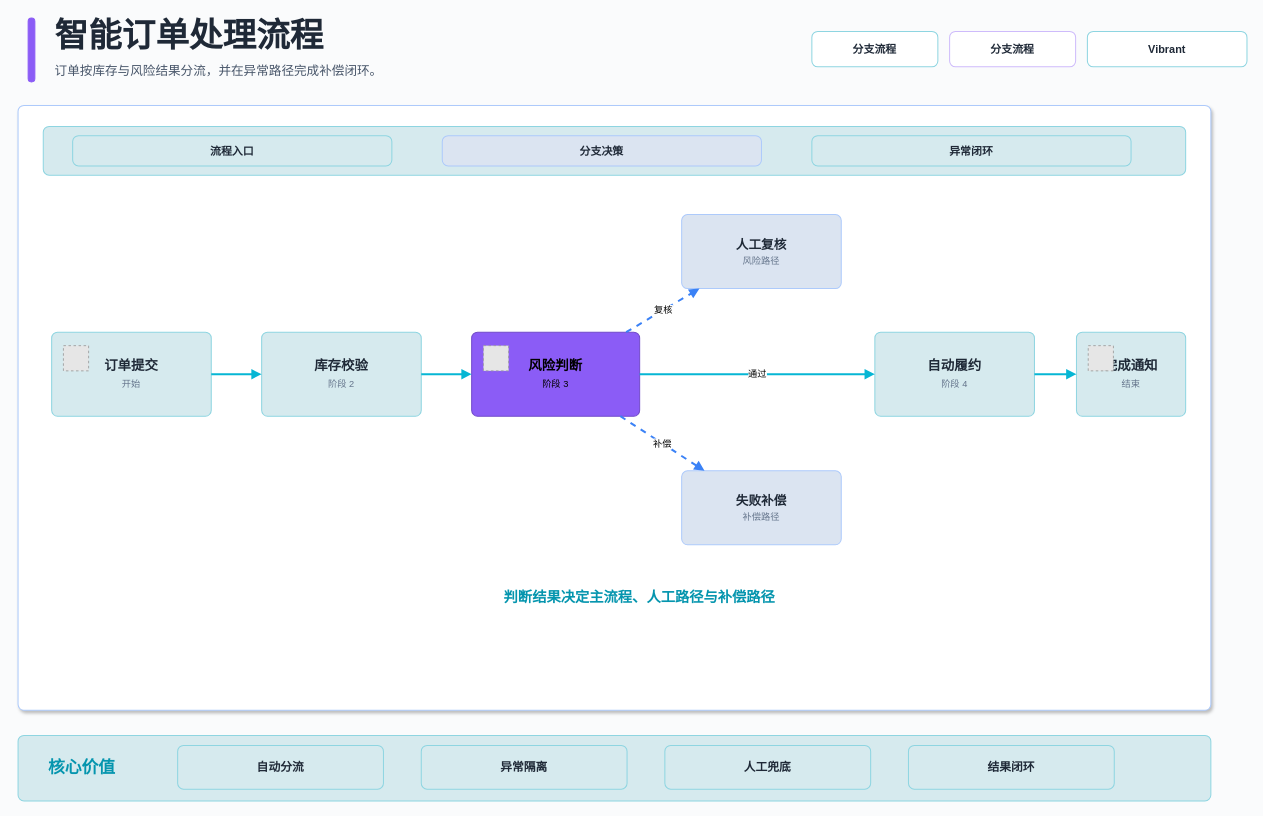
Before: .opencode/skills/xml-diagram/examples/flow-branching-vibrant-light-enterprise.drawio in BeWaterMyFriend7/SKILL-PROJECT, a draw.io diagram. Source tidied: cells renumbered, new cells numbered last; positions are measured from the earlier drawing's top-left corner, leaving out a move shared by most shapes. Both pictures are drawn from the tidied source at 84%, with x=0, y=0 at pixel (18, 14). Pictures stored in the file or linked from it are replaced by grey dashed boxes.
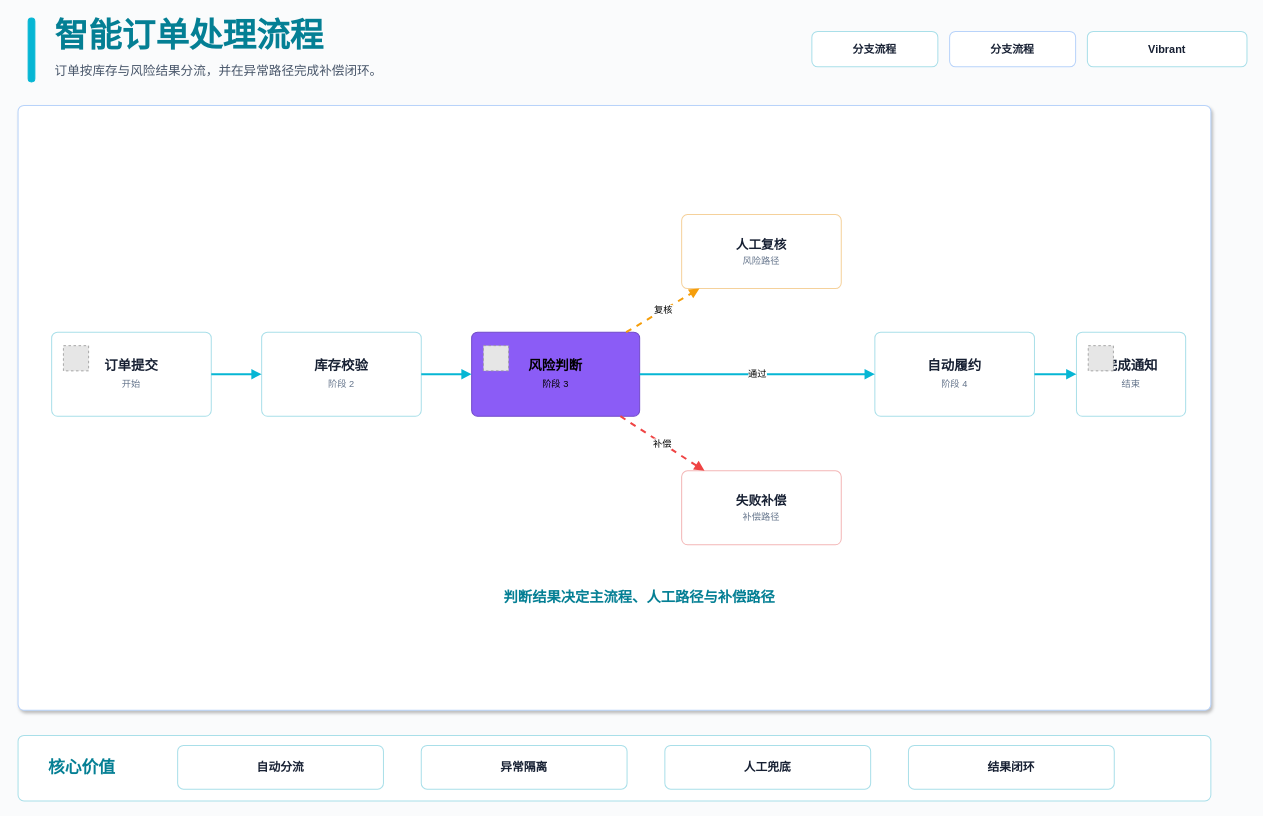
After the change.

Unchanged cells that the change refers to:
```xml
<mxCell id="20" value="&lt;b&gt;风险判断&lt;/b&gt;&lt;br&gt;&lt;font style='font-size:11px;color:#000000'&gt;阶段 3&lt;/font&gt;" style="rounded=1;absoluteArcSize=1;arcSize=14;whiteSpace=wrap;html=1;fillColor=#8B5CF6;strokeColor=#724BCA;strokeWidth=1.2;fontColor=#000000;fontSize=16;fontFamily=Microsoft YaHei;align=center;verticalAlign=middle;" parent="1" vertex="1">
  <mxGeometry x="540" y="378" width="200" height="100" as="geometry" />
</mxCell>
```

The edit, as a diff of the source:
```diff
@@
-    <mxCell id="2" style="rounded=1;absoluteArcSize=1;arcSize=14;whiteSpace=wrap;html=1;fillColor=#8B5CF6;strokeColor=#8B5CF6;strokeWidth=1.2;fontColor=#000000;fontSize=12;fontFamily=Microsoft YaHei;align=center;verticalAlign=middle;" parent="1" vertex="1">
+    <mxCell id="2" style="rounded=1;absoluteArcSize=1;arcSize=14;whiteSpace=wrap;html=1;fillColor=#06B6D4;strokeColor=#06B6D4;strokeWidth=1.2;fontColor=#000000;fontSize=12;fontFamily=Microsoft YaHei;align=center;verticalAlign=middle;" parent="1" vertex="1">
       <mxGeometry x="12" y="4" width="8" height="76" as="geometry" />
     </mxCell>
-    <mxCell id="3" value="智能订单处理流程" style="rounded=1;absoluteArcSize=1;arcSize=14;whiteSpace=wrap;html=1;fillColor=none;strokeColor=none;strokeWidth=1.2;fontColor=#1F2937;fontSize=40;fontFamily=Microsoft YaHei;align=left;verticalAlign=middle;fontStyle=1;" parent="1" vertex="1">
+    <mxCell id="3" value="智能订单处理流程" style="rounded=1;absoluteArcSize=1;arcSize=14;whiteSpace=wrap;html=1;fillColor=none;strokeColor=none;strokeWidth=1.2;fontColor=#047F94;fontSize=40;fontFamily=Microsoft YaHei;align=left;verticalAlign=middle;fontStyle=1;" parent="1" vertex="1">
       <mxGeometry x="42" width="760" height="48" as="geometry" />
     </mxCell>
@@
-    <mxCell id="5" value="分支流程" style="rounded=1;absoluteArcSize=1;arcSize=14;whiteSpace=wrap;html=1;fillColor=#FFFFFF;strokeColor=#8ED5E1;strokeWidth=1.2;fontColor=#1F2937;fontSize=13;fontFamily=Microsoft YaHei;align=center;verticalAlign=middle;fontStyle=1;" parent="1" vertex="1">
+    <mxCell id="5" value="分支流程" style="rounded=1;absoluteArcSize=1;arcSize=14;whiteSpace=wrap;html=1;fillColor=#FFFFFF;strokeColor=#A9DFE9;strokeWidth=1.2;fontColor=#172033;fontSize=13;fontFamily=Microsoft YaHei;align=center;verticalAlign=middle;fontStyle=1;" parent="1" vertex="1">
       <mxGeometry x="945" y="20" width="150" height="42" as="geometry" />
     </mxCell>
-    <mxCell id="6" value="分支流程" style="rounded=1;absoluteArcSize=1;arcSize=14;whiteSpace=wrap;html=1;fillColor=#FFFFFF;strokeColor=#CEBBFB;strokeWidth=1.2;fontColor=#1F2937;fontSize=13;fontFamily=Microsoft YaHei;align=center;verticalAlign=middle;fontStyle=1;" parent="1" vertex="1">
+    <mxCell id="6" value="分支流程" style="rounded=1;absoluteArcSize=1;arcSize=14;whiteSpace=wrap;html=1;fillColor=#FFFFFF;strokeColor=#B8D3FA;strokeWidth=1.2;fontColor=#172033;fontSize=13;fontFamily=Microsoft YaHei;align=center;verticalAlign=middle;fontStyle=1;" parent="1" vertex="1">
       <mxGeometry x="1109" y="20" width="150" height="42" as="geometry" />
     </mxCell>
-    <mxCell id="7" value="Vibrant" style="rounded=1;absoluteArcSize=1;arcSize=14;whiteSpace=wrap;html=1;fillColor=#FFFFFF;strokeColor=#8ED5E1;strokeWidth=1.2;fontColor=#1F2937;fontSize=13;fontFamily=Microsoft YaHei;align=center;verticalAlign=middle;fontStyle=1;" parent="1" vertex="1">
+    <mxCell id="7" value="Vibrant" style="rounded=1;absoluteArcSize=1;arcSize=14;whiteSpace=wrap;html=1;fillColor=#FFFFFF;strokeColor=#A9DFE9;strokeWidth=1.2;fontColor=#172033;fontSize=13;fontFamily=Microsoft YaHei;align=center;verticalAlign=middle;fontStyle=1;" parent="1" vertex="1">
       <mxGeometry x="1273" y="20" width="190" height="42" as="geometry" />
     </mxCell>
-    <mxCell id="8" style="rounded=1;absoluteArcSize=1;arcSize=14;whiteSpace=wrap;html=1;fillColor=#FFFFFF;strokeColor=#ADCAFB;strokeWidth=1.2;fontColor=#1F2937;fontSize=15;fontFamily=Microsoft YaHei;align=center;verticalAlign=middle;shadow=1;" parent="1" vertex="1">
+    <mxCell id="8" style="rounded=1;absoluteArcSize=1;arcSize=14;whiteSpace=wrap;html=1;fillColor=#FFFFFF;strokeColor=#B8D3FA;strokeWidth=1.2;fontColor=#172033;fontSize=15;fontFamily=Microsoft YaHei;align=center;verticalAlign=middle;shadow=1;" parent="1" vertex="1">
       <mxGeometry y="108" width="1420" height="720" as="geometry" />
     </mxCell>
-    <mxCell id="9" style="rounded=1;absoluteArcSize=1;arcSize=14;whiteSpace=wrap;html=1;fillColor=#D6EAEE;strokeColor=#8ED5E1;strokeWidth=1.2;fontColor=#1F2937;fontSize=15;fontFamily=Microsoft YaHei;align=center;verticalAlign=middle;" parent="1" vertex="1">
-      <mxGeometry x="30" y="133" width="1360" height="58" as="geometry" />
-    </mxCell>
-    <mxCell id="10" value="&lt;b&gt;流程入口&lt;/b&gt;" style="rounded=1;absoluteArcSize=1;arcSize=14;whiteSpace=wrap;html=1;fillColor=#D6EAEE;strokeColor=#8ED5E1;strokeWidth=1.2;fontColor=#1F2937;fontSize=13;fontFamily=Microsoft YaHei;align=center;verticalAlign=middle;" parent="1" vertex="1">
-      <mxGeometry x="65" y="144" width="380" height="36" as="geometry" />
-    </mxCell>
-    <mxCell id="11" value="&lt;b&gt;分支决策&lt;/b&gt;" style="rounded=1;absoluteArcSize=1;arcSize=14;whiteSpace=wrap;html=1;fillColor=#DBE4F1;strokeColor=#ADCAFB;strokeWidth=1.2;fontColor=#1F2937;fontSize=13;fontFamily=Microsoft YaHei;align=center;verticalAlign=middle;" parent="1" vertex="1">
-      <mxGeometry x="505" y="144" width="380" height="36" as="geometry" />
-    </mxCell>
-    <mxCell id="12" value="&lt;b&gt;异常闭环&lt;/b&gt;" style="rounded=1;absoluteArcSize=1;arcSize=14;whiteSpace=wrap;html=1;fillColor=#D6EAEE;strokeColor=#8ED5E1;strokeWidth=1.2;fontColor=#1F2937;fontSize=13;fontFamily=Microsoft YaHei;align=center;verticalAlign=middle;" parent="1" vertex="1">
-      <mxGeometry x="945" y="144" width="380" height="36" as="geometry" />
-    </mxCell>
-    <mxCell id="13" style="rounded=1;absoluteArcSize=1;arcSize=14;whiteSpace=wrap;html=1;fillColor=#D6EAEE;strokeColor=#8ED5E1;strokeWidth=1.2;fontColor=#1F2937;fontSize=15;fontFamily=Microsoft YaHei;align=center;verticalAlign=middle;" parent="1" vertex="1">
+    <mxCell id="13" style="rounded=1;absoluteArcSize=1;arcSize=14;whiteSpace=wrap;html=1;fillColor=#FFFFFF;strokeColor=#A9DFE9;strokeWidth=1.2;fontColor=#172033;fontSize=15;fontFamily=Microsoft YaHei;align=center;verticalAlign=middle;" parent="1" vertex="1">
       <mxGeometry y="858" width="1420" height="78" as="geometry" />
     </mxCell>
-    <mxCell id="14" value="&lt;b&gt;自动分流&lt;/b&gt;" style="rounded=1;absoluteArcSize=1;arcSize=14;whiteSpace=wrap;html=1;fillColor=#D6EAEE;strokeColor=#8ED5E1;strokeWidth=1.2;fontColor=#1F2937;fontSize=14;fontFamily=Microsoft YaHei;align=center;verticalAlign=middle;" parent="1" vertex="1">
+    <mxCell id="14" value="&lt;b&gt;自动分流&lt;/b&gt;" style="rounded=1;absoluteArcSize=1;arcSize=14;whiteSpace=wrap;html=1;fillColor=#FFFFFF;strokeColor=#A9DFE9;strokeWidth=1.2;fontColor=#172033;fontSize=14;fontFamily=Microsoft YaHei;align=center;verticalAlign=middle;" parent="1" vertex="1">
       <mxGeometry x="190" y="870" width="245" height="52" as="geometry" />
     </mxCell>
-    <mxCell id="15" value="&lt;b&gt;异常隔离&lt;/b&gt;" style="rounded=1;absoluteArcSize=1;arcSize=14;whiteSpace=wrap;html=1;fillColor=#D6EAEE;strokeColor=#8ED5E1;strokeWidth=1.2;fontColor=#1F2937;fontSize=14;fontFamily=Microsoft YaHei;align=center;verticalAlign=middle;" parent="1" vertex="1">
+    <mxCell id="15" value="&lt;b&gt;异常隔离&lt;/b&gt;" style="rounded=1;absoluteArcSize=1;arcSize=14;whiteSpace=wrap;html=1;fillColor=#FFFFFF;strokeColor=#A9DFE9;strokeWidth=1.2;fontColor=#172033;fontSize=14;fontFamily=Microsoft YaHei;align=center;verticalAlign=middle;" parent="1" vertex="1">
       <mxGeometry x="480" y="870" width="245" height="52" as="geometry" />
     </mxCell>
-    <mxCell id="16" value="&lt;b&gt;人工兜底&lt;/b&gt;" style="rounded=1;absoluteArcSize=1;arcSize=14;whiteSpace=wrap;html=1;fillColor=#D6EAEE;strokeColor=#8ED5E1;strokeWidth=1.2;fontColor=#1F2937;fontSize=14;fontFamily=Microsoft YaHei;align=center;verticalAlign=middle;" parent="1" vertex="1">
+    <mxCell id="16" value="&lt;b&gt;人工兜底&lt;/b&gt;" style="rounded=1;absoluteArcSize=1;arcSize=14;whiteSpace=wrap;html=1;fillColor=#FFFFFF;strokeColor=#A9DFE9;strokeWidth=1.2;fontColor=#172033;fontSize=14;fontFamily=Microsoft YaHei;align=center;verticalAlign=middle;" parent="1" vertex="1">
       <mxGeometry x="770" y="870" width="245" height="52" as="geometry" />
     </mxCell>
-    <mxCell id="17" value="&lt;b&gt;结果闭环&lt;/b&gt;" style="rounded=1;absoluteArcSize=1;arcSize=14;whiteSpace=wrap;html=1;fillColor=#D6EAEE;strokeColor=#8ED5E1;strokeWidth=1.2;fontColor=#1F2937;fontSize=14;fontFamily=Microsoft YaHei;align=center;verticalAlign=middle;" parent="1" vertex="1">
+    <mxCell id="17" value="&lt;b&gt;结果闭环&lt;/b&gt;" style="rounded=1;absoluteArcSize=1;arcSize=14;whiteSpace=wrap;html=1;fillColor=#FFFFFF;strokeColor=#A9DFE9;strokeWidth=1.2;fontColor=#172033;fontSize=14;fontFamily=Microsoft YaHei;align=center;verticalAlign=middle;" parent="1" vertex="1">
       <mxGeometry x="1060" y="870" width="245" height="52" as="geometry" />
     </mxCell>
-    <mxCell id="18" value="&lt;b&gt;订单提交&lt;/b&gt;&lt;br&gt;&lt;font style='font-size:11px;color:#64748B'&gt;开始&lt;/font&gt;" style="rounded=1;absoluteArcSize=1;arcSize=14;whiteSpace=wrap;html=1;fillColor=#D6EAEE;strokeColor=#8ED5E1;strokeWidth=1.2;fontColor=#1F2937;fontSize=16;fontFamily=Microsoft YaHei;align=center;verticalAlign=middle;" parent="1" vertex="1">
+    <mxCell id="18" value="&lt;b&gt;订单提交&lt;/b&gt;&lt;br&gt;&lt;font style='font-size:11px;color:#64748B'&gt;开始&lt;/font&gt;" style="rounded=1;absoluteArcSize=1;arcSize=14;whiteSpace=wrap;html=1;fillColor=#FFFFFF;strokeColor=#A9DFE9;strokeWidth=1.2;fontColor=#172033;fontSize=16;fontFamily=Microsoft YaHei;align=center;verticalAlign=middle;" parent="1" vertex="1">
       <mxGeometry x="40" y="378" width="190" height="100" as="geometry" />
     </mxCell>
-    <mxCell id="19" value="&lt;b&gt;库存校验&lt;/b&gt;&lt;br&gt;&lt;font style='font-size:11px;color:#64748B'&gt;阶段 2&lt;/font&gt;" style="rounded=1;absoluteArcSize=1;arcSize=14;whiteSpace=wrap;html=1;fillColor=#D6EAEE;strokeColor=#8ED5E1;strokeWidth=1.2;fontColor=#1F2937;fontSize=16;fontFamily=Microsoft YaHei;align=center;verticalAlign=middle;" parent="1" vertex="1">
+    <mxCell id="19" value="&lt;b&gt;库存校验&lt;/b&gt;&lt;br&gt;&lt;font style='font-size:11px;color:#64748B'&gt;阶段 2&lt;/font&gt;" style="rounded=1;absoluteArcSize=1;arcSize=14;whiteSpace=wrap;html=1;fillColor=#FFFFFF;strokeColor=#A9DFE9;strokeWidth=1.2;fontColor=#172033;fontSize=16;fontFamily=Microsoft YaHei;align=center;verticalAlign=middle;" parent="1" vertex="1">
       <mxGeometry x="290" y="378" width="190" height="100" as="geometry" />
     </mxCell>
@@
-    <mxCell id="21" value="&lt;b&gt;自动履约&lt;/b&gt;&lt;br&gt;&lt;font style='font-size:11px;color:#64748B'&gt;阶段 4&lt;/font&gt;" style="rounded=1;absoluteArcSize=1;arcSize=14;whiteSpace=wrap;html=1;fillColor=#D6EAEE;strokeColor=#8ED5E1;strokeWidth=1.2;fontColor=#1F2937;fontSize=16;fontFamily=Microsoft YaHei;align=center;verticalAlign=middle;" parent="1" vertex="1">
+    <mxCell id="21" value="&lt;b&gt;自动履约&lt;/b&gt;&lt;br&gt;&lt;font style='font-size:11px;color:#64748B'&gt;阶段 4&lt;/font&gt;" style="rounded=1;absoluteArcSize=1;arcSize=14;whiteSpace=wrap;html=1;fillColor=#FFFFFF;strokeColor=#A9DFE9;strokeWidth=1.2;fontColor=#172033;fontSize=16;fontFamily=Microsoft YaHei;align=center;verticalAlign=middle;" parent="1" vertex="1">
       <mxGeometry x="1020" y="378" width="190" height="100" as="geometry" />
     </mxCell>
-    <mxCell id="22" value="&lt;b&gt;完成通知&lt;/b&gt;&lt;br&gt;&lt;font style='font-size:11px;color:#64748B'&gt;结束&lt;/font&gt;" style="rounded=1;absoluteArcSize=1;arcSize=14;whiteSpace=wrap;html=1;fillColor=#D6EAEE;strokeColor=#8ED5E1;strokeWidth=1.2;fontColor=#1F2937;fontSize=16;fontFamily=Microsoft YaHei;align=center;verticalAlign=middle;" parent="1" vertex="1">
+    <mxCell id="22" value="&lt;b&gt;完成通知&lt;/b&gt;&lt;br&gt;&lt;font style='font-size:11px;color:#64748B'&gt;结束&lt;/font&gt;" style="rounded=1;absoluteArcSize=1;arcSize=14;whiteSpace=wrap;html=1;fillColor=#FFFFFF;strokeColor=#A9DFE9;strokeWidth=1.2;fontColor=#172033;fontSize=16;fontFamily=Microsoft YaHei;align=center;verticalAlign=middle;" parent="1" vertex="1">
       <mxGeometry x="1260" y="378" width="130" height="100" as="geometry" />
     </mxCell>
-    <mxCell id="23" value="&lt;b&gt;人工复核&lt;/b&gt;&lt;br&gt;&lt;font style='font-size:11px;color:#64748B'&gt;风险路径&lt;/font&gt;" style="rounded=1;absoluteArcSize=1;arcSize=14;whiteSpace=wrap;html=1;fillColor=#DBE4F1;strokeColor=#ADCAFB;strokeWidth=1.2;fontColor=#1F2937;fontSize=15;fontFamily=Microsoft YaHei;align=center;verticalAlign=middle;" parent="1" vertex="1">
+    <mxCell id="23" value="&lt;b&gt;人工复核&lt;/b&gt;&lt;br&gt;&lt;font style='font-size:11px;color:#64748B'&gt;风险路径&lt;/font&gt;" style="rounded=1;absoluteArcSize=1;arcSize=14;whiteSpace=wrap;html=1;fillColor=#FFFFFF;strokeColor=#F5D19B;strokeWidth=1.2;fontColor=#172033;fontSize=15;fontFamily=Microsoft YaHei;align=center;verticalAlign=middle;" parent="1" vertex="1">
       <mxGeometry x="790" y="238" width="190" height="88" as="geometry" />
     </mxCell>
-    <mxCell id="24" value="&lt;b&gt;失败补偿&lt;/b&gt;&lt;br&gt;&lt;font style='font-size:11px;color:#64748B'&gt;补偿路径&lt;/font&gt;" style="rounded=1;absoluteArcSize=1;arcSize=14;whiteSpace=wrap;html=1;fillColor=#DBE4F1;strokeColor=#ADCAFB;strokeWidth=1.2;fontColor=#1F2937;fontSize=15;fontFamily=Microsoft YaHei;align=center;verticalAlign=middle;" parent="1" vertex="1">
+    <mxCell id="24" value="&lt;b&gt;失败补偿&lt;/b&gt;&lt;br&gt;&lt;font style='font-size:11px;color:#64748B'&gt;补偿路径&lt;/font&gt;" style="rounded=1;absoluteArcSize=1;arcSize=14;whiteSpace=wrap;html=1;fillColor=#FFFFFF;strokeColor=#F3B6B6;strokeWidth=1.2;fontColor=#172033;fontSize=15;fontFamily=Microsoft YaHei;align=center;verticalAlign=middle;" parent="1" vertex="1">
       <mxGeometry x="790" y="543" width="190" height="88" as="geometry" />
     </mxCell>
-    <mxCell id="25" value="核心价值" style="rounded=1;absoluteArcSize=1;arcSize=14;whiteSpace=wrap;html=1;fillColor=none;strokeColor=none;strokeWidth=1.2;fontColor=#0595AE;fontSize=20;fontFamily=Microsoft YaHei;align=left;verticalAlign=middle;fontStyle=1;" parent="1" vertex="1">
+    <mxCell id="25" value="核心价值" style="rounded=1;absoluteArcSize=1;arcSize=14;whiteSpace=wrap;html=1;fillColor=none;strokeColor=none;strokeWidth=1.2;fontColor=#047F94;fontSize=20;fontFamily=Microsoft YaHei;align=left;verticalAlign=middle;fontStyle=1;" parent="1" vertex="1">
       <mxGeometry x="34" y="874" width="130" height="42" as="geometry" />
     </mxCell>
-    <mxCell id="26" value="判断结果决定主流程、人工路径与补偿路径" style="rounded=1;absoluteArcSize=1;arcSize=14;whiteSpace=wrap;html=1;fillColor=none;strokeColor=none;strokeWidth=1.2;fontColor=#0595AE;fontSize=17;fontFamily=Microsoft YaHei;align=center;verticalAlign=middle;fontStyle=1;" parent="1" vertex="1">
+    <mxCell id="26" value="判断结果决定主流程、人工路径与补偿路径" style="rounded=1;absoluteArcSize=1;arcSize=14;whiteSpace=wrap;html=1;fillColor=none;strokeColor=none;strokeWidth=1.2;fontColor=#047F94;fontSize=17;fontFamily=Microsoft YaHei;align=center;verticalAlign=middle;fontStyle=1;" parent="1" vertex="1">
       <mxGeometry x="430" y="668" width="620" height="54" as="geometry" />
     </mxCell>
@@
-    <mxCell id="34" value="复核" style="edgeStyle=none;jettySize=auto;html=1;strokeColor=#3B82F6;strokeWidth=2.4;dashed=1;endArrow=block;endFill=1;" parent="1" edge="1" source="20" target="23">
+    <mxCell id="34" value="复核" style="edgeStyle=none;jettySize=auto;html=1;strokeColor=#F59E0B;strokeWidth=2.4;dashed=1;endArrow=block;endFill=1;" parent="1" edge="1" source="20" target="23">
       <mxGeometry relative="1" as="geometry" />
     </mxCell>
-    <mxCell id="35" value="补偿" style="edgeStyle=none;jettySize=auto;html=1;strokeColor=#3B82F6;strokeWidth=2.4;dashed=1;endArrow=block;endFill=1;" parent="1" edge="1" source="20" target="24">
+    <mxCell id="35" value="补偿" style="edgeStyle=none;jettySize=auto;html=1;strokeColor=#EF4444;strokeWidth=2.4;dashed=1;endArrow=block;endFill=1;" parent="1" edge="1" source="20" target="24">
       <mxGeometry relative="1" as="geometry" />
     </mxCell>
```
